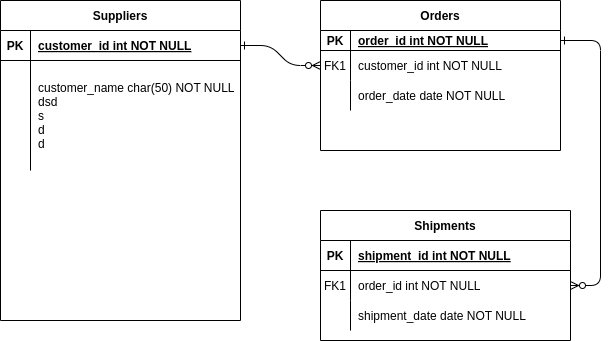
Above: sql-task.drawio.png in mzughbor/-Project-02- (draw.io), before the change. Source tidied: cells renumbered, new cells last; positions are measured from the earlier drawing's top-left corner, leaving out a move shared by most shapes.
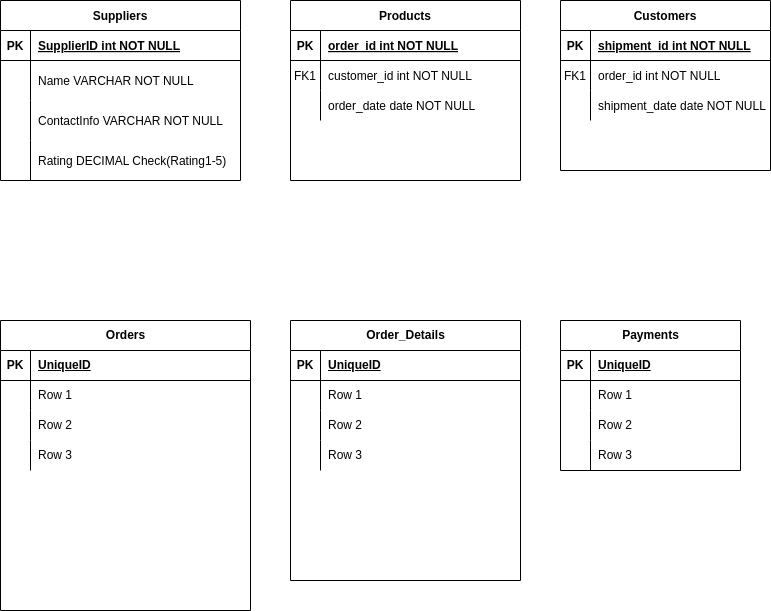
Later version of the same file.

What changed in the source:
```diff
@@ -2,74 +2,68 @@
   <root>
     <mxCell id="0" />
     <mxCell id="1" parent="0" />
-    <mxCell id="2" style="edgeStyle=entityRelationEdgeStyle;endArrow=ERzeroToMany;startArrow=ERone;endFill=1;startFill=0;" parent="1" edge="1" source="25" target="8">
-      <mxGeometry relative="1" as="geometry" />
-    </mxCell>
-    <mxCell id="3" style="edgeStyle=entityRelationEdgeStyle;endArrow=ERzeroToMany;startArrow=ERone;endFill=1;startFill=0;" parent="1" edge="1" source="5" target="18">
-      <mxGeometry relative="1" as="geometry" />
-    </mxCell>
-    <mxCell id="4" value="Orders" style="shape=table;startSize=30;rowLines=0;fontStyle=1;align=center;" parent="1" vertex="1">
-      <mxGeometry x="320" width="240" height="150" as="geometry" />
+    <mxCell id="4" value="Products" style="shape=table;startSize=30;rowLines=0;fontStyle=1;align=center;" parent="1" vertex="1">
+      <mxGeometry x="240" y="10" width="230" height="180" as="geometry" />
     </mxCell>
     <mxCell id="5" style="shape=partialRectangle;fillColor=none;points=[[0,0.5],[1,0.5]];portConstraint=eastwest;top=0;left=0;right=0;bottom=1;" parent="4" vertex="1">
-      <mxGeometry y="30" width="240" height="20" as="geometry" />
+      <mxGeometry y="30" width="230" height="30" as="geometry" />
     </mxCell>
     <mxCell id="6" value="PK" style="shape=partialRectangle;overflow=hidden;fillColor=none;top=0;left=0;bottom=0;right=0;fontStyle=1;" parent="5" vertex="1">
-      <mxGeometry width="30" height="20" as="geometry" />
+      <mxGeometry width="30" height="30" as="geometry" />
     </mxCell>
     <mxCell id="7" value="order_id int NOT NULL " style="shape=partialRectangle;overflow=hidden;fillColor=none;top=0;left=0;bottom=0;right=0;align=left;spacingLeft=6;fontStyle=5;" parent="5" vertex="1">
-      <mxGeometry x="30" width="210" height="20" as="geometry" />
+      <mxGeometry x="30" width="200" height="30" as="geometry" />
     </mxCell>
     <mxCell id="8" style="shape=partialRectangle;fillColor=none;points=[[0,0.5],[1,0.5]];portConstraint=eastwest;top=0;left=0;right=0;bottom=0;" parent="4" vertex="1">
-      <mxGeometry y="50" width="240" height="30" as="geometry" />
+      <mxGeometry y="60" width="230" height="30" as="geometry" />
     </mxCell>
     <mxCell id="9" value="FK1" style="shape=partialRectangle;overflow=hidden;fillColor=none;top=0;left=0;bottom=0;right=0;" parent="8" vertex="1">
       <mxGeometry width="30" height="30" as="geometry" />
     </mxCell>
     <mxCell id="10" value="customer_id int NOT NULL" style="shape=partialRectangle;overflow=hidden;fillColor=none;top=0;left=0;bottom=0;right=0;align=left;spacingLeft=6;" parent="8" vertex="1">
-      <mxGeometry x="30" width="210" height="30" as="geometry" />
+      <mxGeometry x="30" width="200" height="30" as="geometry" />
     </mxCell>
     <mxCell id="11" style="shape=partialRectangle;fillColor=none;top=0;left=0;right=0;bottom=0;" parent="4" vertex="1">
-      <mxGeometry y="80" width="240" height="30" as="geometry" />
+      <mxGeometry y="90" width="230" height="30" as="geometry" />
     </mxCell>
     <mxCell id="12" style="shape=partialRectangle;overflow=hidden;fillColor=none;top=0;left=0;bottom=0;right=0;" parent="11" vertex="1">
       <mxGeometry width="30" height="30" as="geometry" />
     </mxCell>
     <mxCell id="13" value="order_date date NOT NULL" style="shape=partialRectangle;overflow=hidden;fillColor=none;top=0;left=0;bottom=0;right=0;align=left;spacingLeft=6;" parent="11" vertex="1">
-      <mxGeometry x="30" width="210" height="30" as="geometry" />
+      <mxGeometry x="30" width="200" height="30" as="geometry" />
     </mxCell>
-    <mxCell id="14" value="Shipments" style="shape=table;startSize=30;rowLines=0;fontStyle=1;align=center;" parent="1" vertex="1">
-      <mxGeometry x="320" y="210" width="250" height="130" as="geometry" />
+    <mxCell id="14" value="Customers" style="shape=table;startSize=30;rowLines=0;fontStyle=1;align=center;" parent="1" vertex="1">
+      <mxGeometry x="510" y="10" width="210" height="170" as="geometry" />
     </mxCell>
     <mxCell id="15" style="shape=partialRectangle;fillColor=none;top=0;left=0;right=0;bottom=1;" parent="14" vertex="1">
-      <mxGeometry y="30" width="250" height="30" as="geometry" />
+      <mxGeometry y="30" width="210" height="30" as="geometry" />
     </mxCell>
     <mxCell id="16" value="PK" style="shape=partialRectangle;overflow=hidden;fillColor=none;top=0;left=0;bottom=0;right=0;fontStyle=1;" parent="15" vertex="1">
       <mxGeometry width="30" height="30" as="geometry" />
     </mxCell>
     <mxCell id="17" value="shipment_id int NOT NULL " style="shape=partialRectangle;overflow=hidden;fillColor=none;top=0;left=0;bottom=0;right=0;align=left;spacingLeft=6;fontStyle=5;" parent="15" vertex="1">
-      <mxGeometry x="30" width="220" height="30" as="geometry" />
+      <mxGeometry x="30" width="180" height="30" as="geometry" />
     </mxCell>
     <mxCell id="18" style="shape=partialRectangle;fillColor=none;points=[[0,0.5],[1,0.5]];portConstraint=eastwest;top=0;left=0;right=0;bottom=0;" parent="14" vertex="1">
-      <mxGeometry y="60" width="250" height="30" as="geometry" />
+      <mxGeometry y="60" width="210" height="30" as="geometry" />
     </mxCell>
     <mxCell id="19" value="FK1" style="shape=partialRectangle;overflow=hidden;fillColor=none;top=0;left=0;bottom=0;right=0;" parent="18" vertex="1">
       <mxGeometry width="30" height="30" as="geometry" />
     </mxCell>
     <mxCell id="20" value="order_id int NOT NULL" style="shape=partialRectangle;overflow=hidden;fillColor=none;top=0;left=0;bottom=0;right=0;align=left;spacingLeft=6;" parent="18" vertex="1">
-      <mxGeometry x="30" width="220" height="30" as="geometry" />
+      <mxGeometry x="30" width="180" height="30" as="geometry" />
     </mxCell>
     <mxCell id="21" style="shape=partialRectangle;fillColor=none;top=0;left=0;right=0;bottom=0;" parent="14" vertex="1">
-      <mxGeometry y="90" width="250" height="30" as="geometry" />
+      <mxGeometry y="90" width="210" height="30" as="geometry" />
     </mxCell>
     <mxCell id="22" style="shape=partialRectangle;overflow=hidden;fillColor=none;top=0;left=0;bottom=0;right=0;" parent="21" vertex="1">
       <mxGeometry width="30" height="30" as="geometry" />
     </mxCell>
     <mxCell id="23" value="shipment_date date NOT NULL" style="shape=partialRectangle;overflow=hidden;fillColor=none;top=0;left=0;bottom=0;right=0;align=left;spacingLeft=6;" parent="21" vertex="1">
-      <mxGeometry x="30" width="220" height="30" as="geometry" />
+      <mxGeometry x="30" width="180" height="30" as="geometry" />
     </mxCell>
     <mxCell id="24" value="Suppliers" style="shape=table;startSize=30;rowLines=0;fontStyle=1;align=center;" parent="1" vertex="1">
-      <mxGeometry width="240" height="320" as="geometry" />
+      <mxGeometry x="-50" y="10" width="240" height="180" as="geometry" />
     </mxCell>
     <mxCell id="25" style="shape=partialRectangle;fillColor=none;points=[[0,0.5],[1,0.5]];portConstraint=eastwest;top=0;left=0;right=0;bottom=1;" parent="24" vertex="1">
       <mxGeometry y="30" width="240" height="30" as="geometry" />
@@ -77,17 +71,155 @@
     <mxCell id="26" value="PK" style="shape=partialRectangle;overflow=hidden;fillColor=none;top=0;left=0;bottom=0;right=0;fontStyle=1;" parent="25" vertex="1">
       <mxGeometry width="30" height="30" as="geometry" />
     </mxCell>
-    <mxCell id="27" value="customer_id int NOT NULL " style="shape=partialRectangle;overflow=hidden;fillColor=none;top=0;left=0;bottom=0;right=0;align=left;spacingLeft=6;fontStyle=5;" parent="25" vertex="1">
+    <mxCell id="27" value="SupplierID int NOT NULL " style="shape=partialRectangle;overflow=hidden;fillColor=none;top=0;left=0;bottom=0;right=0;align=left;spacingLeft=6;fontStyle=5;" parent="25" vertex="1">
       <mxGeometry x="30" width="210" height="30" as="geometry" />
     </mxCell>
     <mxCell id="28" style="shape=partialRectangle;fillColor=none;points=[[0,0.5],[1,0.5]];portConstraint=eastwest;top=0;left=0;right=0;bottom=0;" parent="24" vertex="1">
-      <mxGeometry y="60" width="240" height="110" as="geometry" />
+      <mxGeometry y="60" width="240" height="40" as="geometry" />
     </mxCell>
     <mxCell id="29" style="shape=partialRectangle;overflow=hidden;fillColor=none;top=0;left=0;bottom=0;right=0;" parent="28" vertex="1">
-      <mxGeometry width="30" height="110" as="geometry" />
+      <mxGeometry width="30" height="40" as="geometry" />
     </mxCell>
-    <mxCell id="30" value="customer_name char(50) NOT NULL&#10;dsd&#10;s&#10;d&#10;d" style="shape=partialRectangle;overflow=hidden;fillColor=none;top=0;left=0;bottom=0;right=0;align=left;spacingLeft=6;" parent="28" vertex="1">
-      <mxGeometry x="30" width="210" height="110" as="geometry" />
+    <mxCell id="30" value="Name VARCHAR NOT NULL" style="shape=partialRectangle;overflow=hidden;fillColor=none;top=0;left=0;bottom=0;right=0;align=left;spacingLeft=6;" parent="28" vertex="1">
+      <mxGeometry x="30" width="210" height="40" as="geometry" />
     </mxCell>
+    <mxCell id="31" style="edgeStyle=orthogonalEdgeStyle;rounded=0;orthogonalLoop=1;jettySize=auto;html=1;exitX=1;exitY=0.5;exitDx=0;exitDy=0;" parent="24" edge="1" source="28" target="28">
+      <mxGeometry relative="1" as="geometry" />
+    </mxCell>
+    <mxCell id="32" style="shape=partialRectangle;fillColor=none;top=0;left=0;right=0;bottom=0;" parent="24" vertex="1">
+      <mxGeometry y="100" width="240" height="40" as="geometry" />
+    </mxCell>
+    <mxCell id="33" style="shape=partialRectangle;overflow=hidden;fillColor=none;top=0;left=0;bottom=0;right=0;" parent="32" vertex="1">
+      <mxGeometry width="30" height="40" as="geometry" />
+    </mxCell>
+    <mxCell id="34" value="ContactInfo VARCHAR NOT NULL" style="shape=partialRectangle;overflow=hidden;fillColor=none;top=0;left=0;bottom=0;right=0;align=left;spacingLeft=6;" parent="32" vertex="1">
+      <mxGeometry x="30" width="210" height="40" as="geometry" />
+    </mxCell>
+    <mxCell id="35" style="shape=partialRectangle;fillColor=none;top=0;left=0;right=0;bottom=0;" parent="24" vertex="1">
+      <mxGeometry y="140" width="240" height="40" as="geometry" />
+    </mxCell>
+    <mxCell id="36" style="shape=partialRectangle;overflow=hidden;fillColor=none;top=0;left=0;bottom=0;right=0;" parent="35" vertex="1">
+      <mxGeometry width="30" height="40" as="geometry" />
+    </mxCell>
+    <mxCell id="37" value="Rating DECIMAL Check(Rating1-5)" style="shape=partialRectangle;overflow=hidden;fillColor=none;top=0;left=0;bottom=0;right=0;align=left;spacingLeft=6;" parent="35" vertex="1">
+      <mxGeometry x="30" width="210" height="40" as="geometry" />
+    </mxCell>
+    <mxCell id="38" value="Orders" style="shape=table;startSize=30;rowLines=0;fontStyle=1;align=center;html=1;" parent="1" vertex="1">
+      <mxGeometry x="-50" y="330" width="250" height="290" as="geometry" />
+    </mxCell>
+    <mxCell id="39" style="shape=tableRow;horizontal=0;startSize=0;swimlaneHead=0;swimlaneBody=0;fillColor=none;top=0;left=0;right=0;bottom=1;" parent="38" vertex="1">
+      <mxGeometry y="30" width="250" height="30" as="geometry" />
+    </mxCell>
+    <mxCell id="40" value="PK" style="shape=partialRectangle;fillColor=none;top=0;left=0;bottom=0;right=0;fontStyle=1;overflow=hidden;whiteSpace=wrap;html=1;" parent="39" vertex="1">
+      <mxGeometry width="30" height="30" as="geometry" />
+    </mxCell>
+    <mxCell id="41" value="UniqueID" style="shape=partialRectangle;fillColor=none;top=0;left=0;bottom=0;right=0;align=left;spacingLeft=6;fontStyle=5;overflow=hidden;whiteSpace=wrap;html=1;" parent="39" vertex="1">
+      <mxGeometry x="30" width="220" height="30" as="geometry" />
+    </mxCell>
+    <mxCell id="42" style="shape=tableRow;horizontal=0;startSize=0;swimlaneHead=0;swimlaneBody=0;fillColor=none;top=0;left=0;right=0;bottom=0;" parent="38" vertex="1">
+      <mxGeometry y="60" width="250" height="30" as="geometry" />
+    </mxCell>
+    <mxCell id="43" style="shape=partialRectangle;fillColor=none;top=0;left=0;bottom=0;right=0;overflow=hidden;whiteSpace=wrap;html=1;" parent="42" vertex="1">
+      <mxGeometry width="30" height="30" as="geometry" />
+    </mxCell>
+    <mxCell id="44" value="Row 1" style="shape=partialRectangle;fillColor=none;top=0;left=0;bottom=0;right=0;align=left;spacingLeft=6;overflow=hidden;whiteSpace=wrap;html=1;" parent="42" vertex="1">
+      <mxGeometry x="30" width="220" height="30" as="geometry" />
+    </mxCell>
+    <mxCell id="45" style="shape=tableRow;horizontal=0;startSize=0;swimlaneHead=0;swimlaneBody=0;fillColor=none;top=0;left=0;right=0;bottom=0;" parent="38" vertex="1">
+      <mxGeometry y="90" width="250" height="30" as="geometry" />
+    </mxCell>
+    <mxCell id="46" style="shape=partialRectangle;fillColor=none;top=0;left=0;bottom=0;right=0;overflow=hidden;whiteSpace=wrap;html=1;" parent="45" vertex="1">
+      <mxGeometry width="30" height="30" as="geometry" />
+    </mxCell>
+    <mxCell id="47" value="Row 2" style="shape=partialRectangle;fillColor=none;top=0;left=0;bottom=0;right=0;align=left;spacingLeft=6;overflow=hidden;whiteSpace=wrap;html=1;" parent="45" vertex="1">
+      <mxGeometry x="30" width="220" height="30" as="geometry" />
+    </mxCell>
+    <mxCell id="48" style="shape=tableRow;horizontal=0;startSize=0;swimlaneHead=0;swimlaneBody=0;fillColor=none;top=0;left=0;right=0;bottom=0;" parent="38" vertex="1">
+      <mxGeometry y="120" width="250" height="30" as="geometry" />
+    </mxCell>
+    <mxCell id="49" style="shape=partialRectangle;fillColor=none;top=0;left=0;bottom=0;right=0;overflow=hidden;whiteSpace=wrap;html=1;" parent="48" vertex="1">
+      <mxGeometry width="30" height="30" as="geometry" />
+    </mxCell>
+    <mxCell id="50" value="Row 3" style="shape=partialRectangle;fillColor=none;top=0;left=0;bottom=0;right=0;align=left;spacingLeft=6;overflow=hidden;whiteSpace=wrap;html=1;" parent="48" vertex="1">
+      <mxGeometry x="30" width="220" height="30" as="geometry" />
+    </mxCell>
+    <mxCell id="51" value="Order_Details" style="shape=table;startSize=30;rowLines=0;fontStyle=1;align=center;html=1;" parent="1" vertex="1">
+      <mxGeometry x="240" y="330" width="230" height="260" as="geometry" />
+    </mxCell>
+    <mxCell id="52" style="shape=tableRow;horizontal=0;startSize=0;swimlaneHead=0;swimlaneBody=0;fillColor=none;top=0;left=0;right=0;bottom=1;" parent="51" vertex="1">
+      <mxGeometry y="30" width="230" height="30" as="geometry" />
+    </mxCell>
+    <mxCell id="53" value="PK" style="shape=partialRectangle;fillColor=none;top=0;left=0;bottom=0;right=0;fontStyle=1;overflow=hidden;whiteSpace=wrap;html=1;" parent="52" vertex="1">
+      <mxGeometry width="30" height="30" as="geometry" />
+    </mxCell>
+    <mxCell id="54" value="UniqueID" style="shape=partialRectangle;fillColor=none;top=0;left=0;bottom=0;right=0;align=left;spacingLeft=6;fontStyle=5;overflow=hidden;whiteSpace=wrap;html=1;" parent="52" vertex="1">
+      <mxGeometry x="30" width="200" height="30" as="geometry" />
+    </mxCell>
+    <mxCell id="55" style="shape=tableRow;horizontal=0;startSize=0;swimlaneHead=0;swimlaneBody=0;fillColor=none;top=0;left=0;right=0;bottom=0;" parent="51" vertex="1">
+      <mxGeometry y="60" width="230" height="30" as="geometry" />
+    </mxCell>
+    <mxCell id="56" style="shape=partialRectangle;fillColor=none;top=0;left=0;bottom=0;right=0;overflow=hidden;whiteSpace=wrap;html=1;" parent="55" vertex="1">
+      <mxGeometry width="30" height="30" as="geometry" />
+    </mxCell>
+    <mxCell id="57" value="Row 1" style="shape=partialRectangle;fillColor=none;top=0;left=0;bottom=0;right=0;align=left;spacingLeft=6;overflow=hidden;whiteSpace=wrap;html=1;" parent="55" vertex="1">
+      <mxGeometry x="30" width="200" height="30" as="geometry" />
+    </mxCell>
+    <mxCell id="58" style="shape=tableRow;horizontal=0;startSize=0;swimlaneHead=0;swimlaneBody=0;fillColor=none;top=0;left=0;right=0;bottom=0;" parent="51" vertex="1">
+      <mxGeometry y="90" width="230" height="30" as="geometry" />
+    </mxCell>
+    <mxCell id="59" style="shape=partialRectangle;fillColor=none;top=0;left=0;bottom=0;right=0;overflow=hidden;whiteSpace=wrap;html=1;" parent="58" vertex="1">
+      <mxGeometry width="30" height="30" as="geometry" />
+    </mxCell>
+    <mxCell id="60" value="Row 2" style="shape=partialRectangle;fillColor=none;top=0;left=0;bottom=0;right=0;align=left;spacingLeft=6;overflow=hidden;whiteSpace=wrap;html=1;" parent="58" vertex="1">
+      <mxGeometry x="30" width="200" height="30" as="geometry" />
+    </mxCell>
+    <mxCell id="61" style="shape=tableRow;horizontal=0;startSize=0;swimlaneHead=0;swimlaneBody=0;fillColor=none;top=0;left=0;right=0;bottom=0;" parent="51" vertex="1">
+      <mxGeometry y="120" width="230" height="30" as="geometry" />
+    </mxCell>
+    <mxCell id="62" style="shape=partialRectangle;fillColor=none;top=0;left=0;bottom=0;right=0;overflow=hidden;whiteSpace=wrap;html=1;" parent="61" vertex="1">
+      <mxGeometry width="30" height="30" as="geometry" />
+    </mxCell>
+    <mxCell id="63" value="Row 3" style="shape=partialRectangle;fillColor=none;top=0;left=0;bottom=0;right=0;align=left;spacingLeft=6;overflow=hidden;whiteSpace=wrap;html=1;" parent="61" vertex="1">
+      <mxGeometry x="30" width="200" height="30" as="geometry" />
+    </mxCell>
+    <mxCell id="64" value="Payments" style="shape=table;startSize=30;rowLines=0;fontStyle=1;align=center;html=1;" parent="1" vertex="1">
+      <mxGeometry x="510" y="330" width="180" height="150" as="geometry" />
+    </mxCell>
+    <mxCell id="65" style="shape=tableRow;horizontal=0;startSize=0;swimlaneHead=0;swimlaneBody=0;fillColor=none;top=0;left=0;right=0;bottom=1;" parent="64" vertex="1">
+      <mxGeometry y="30" width="180" height="30" as="geometry" />
+    </mxCell>
+    <mxCell id="66" value="PK" style="shape=partialRectangle;fillColor=none;top=0;left=0;bottom=0;right=0;fontStyle=1;overflow=hidden;whiteSpace=wrap;html=1;" parent="65" vertex="1">
+      <mxGeometry width="30" height="30" as="geometry" />
+    </mxCell>
+    <mxCell id="67" value="UniqueID" style="shape=partialRectangle;fillColor=none;top=0;left=0;bottom=0;right=0;align=left;spacingLeft=6;fontStyle=5;overflow=hidden;whiteSpace=wrap;html=1;" parent="65" vertex="1">
+      <mxGeometry x="30" width="150" height="30" as="geometry" />
+    </mxCell>
+    <mxCell id="68" style="shape=tableRow;horizontal=0;startSize=0;swimlaneHead=0;swimlaneBody=0;fillColor=none;top=0;left=0;right=0;bottom=0;" parent="64" vertex="1">
+      <mxGeometry y="60" width="180" height="30" as="geometry" />
+    </mxCell>
+    <mxCell id="69" style="shape=partialRectangle;fillColor=none;top=0;left=0;bottom=0;right=0;overflow=hidden;whiteSpace=wrap;html=1;" parent="68" vertex="1">
+      <mxGeometry width="30" height="30" as="geometry" />
+    </mxCell>
+    <mxCell id="70" value="Row 1" style="shape=partialRectangle;fillColor=none;top=0;left=0;bottom=0;right=0;align=left;spacingLeft=6;overflow=hidden;whiteSpace=wrap;html=1;" parent="68" vertex="1">
+      <mxGeometry x="30" width="150" height="30" as="geometry" />
+    </mxCell>
+    <mxCell id="71" style="shape=tableRow;horizontal=0;startSize=0;swimlaneHead=0;swimlaneBody=0;fillColor=none;top=0;left=0;right=0;bottom=0;" parent="64" vertex="1">
+      <mxGeometry y="90" width="180" height="30" as="geometry" />
+    </mxCell>
+    <mxCell id="72" style="shape=partialRectangle;fillColor=none;top=0;left=0;bottom=0;right=0;overflow=hidden;whiteSpace=wrap;html=1;" parent="71" vertex="1">
+      <mxGeometry width="30" height="30" as="geometry" />
+    </mxCell>
+    <mxCell id="73" value="Row 2" style="shape=partialRectangle;fillColor=none;top=0;left=0;bottom=0;right=0;align=left;spacingLeft=6;overflow=hidden;whiteSpace=wrap;html=1;" parent="71" vertex="1">
+      <mxGeometry x="30" width="150" height="30" as="geometry" />
+    </mxCell>
+    <mxCell id="74" style="shape=tableRow;horizontal=0;startSize=0;swimlaneHead=0;swimlaneBody=0;fillColor=none;top=0;left=0;right=0;bottom=0;" parent="64" vertex="1">
+      <mxGeometry y="120" width="180" height="30" as="geometry" />
+    </mxCell>
+    <mxCell id="75" style="shape=partialRectangle;fillColor=none;top=0;left=0;bottom=0;right=0;overflow=hidden;whiteSpace=wrap;html=1;" parent="74" vertex="1">
+      <mxGeometry width="30" height="30" as="geometry" />
+    </mxCell>
+    <mxCell id="76" value="Row 3" style="shape=partialRectangle;fillColor=none;top=0;left=0;bottom=0;right=0;align=left;spacingLeft=6;overflow=hidden;whiteSpace=wrap;html=1;" parent="74" vertex="1">
+      <mxGeometry x="30" width="150" height="30" as="geometry" />
+    </mxCell>
   </root>
 </mxGraphModel>
```
